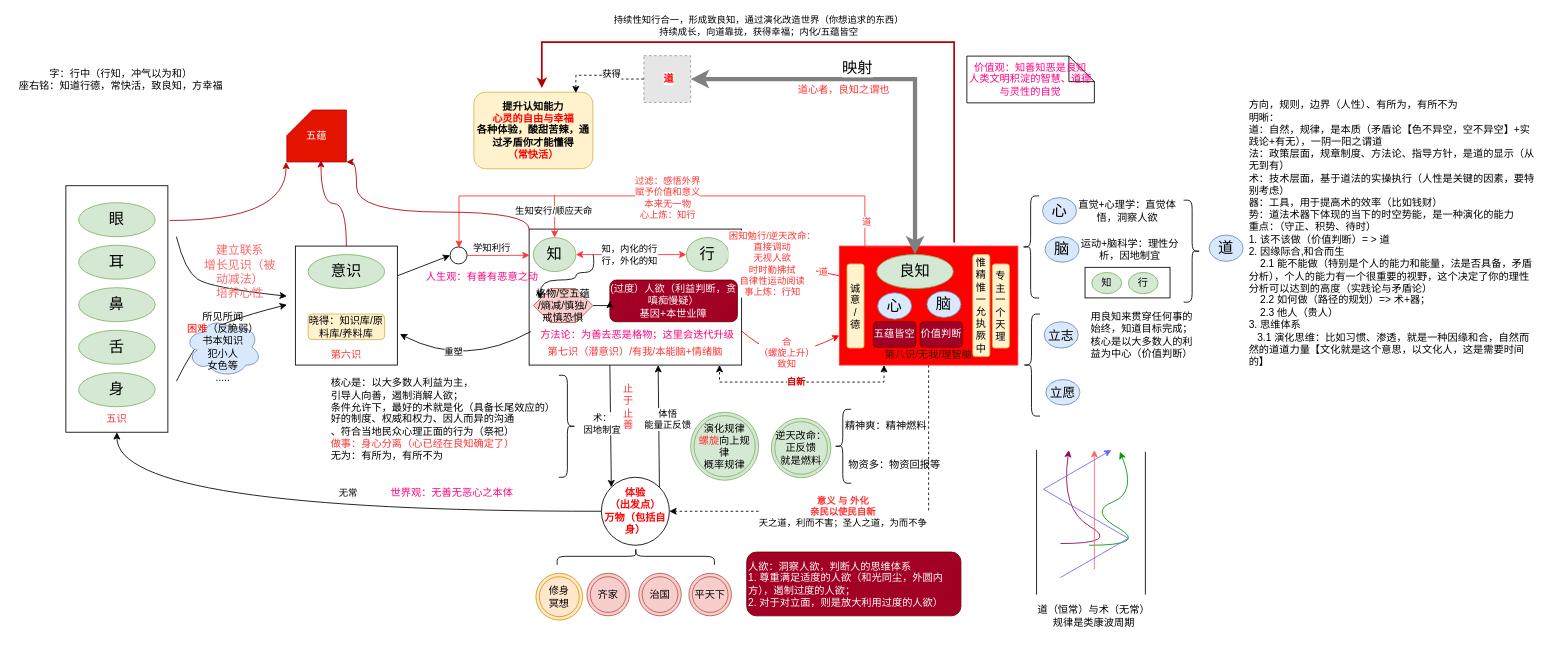
Earlier version of the draw.io diagram page "良知" (1 of 2) of xinxue.drawio (kason-huang/DrawIO). Source tidied: cells renumbered, new cells numbered last; positions are measured from the earlier drawing's top-left corner, leaving out a move shared by most shapes. Both pictures are drawn from the tidied source at 85%, with x=0, y=0 at pixel (14, 42). Pictures stored in the file or linked from it are replaced by grey dashed boxes.
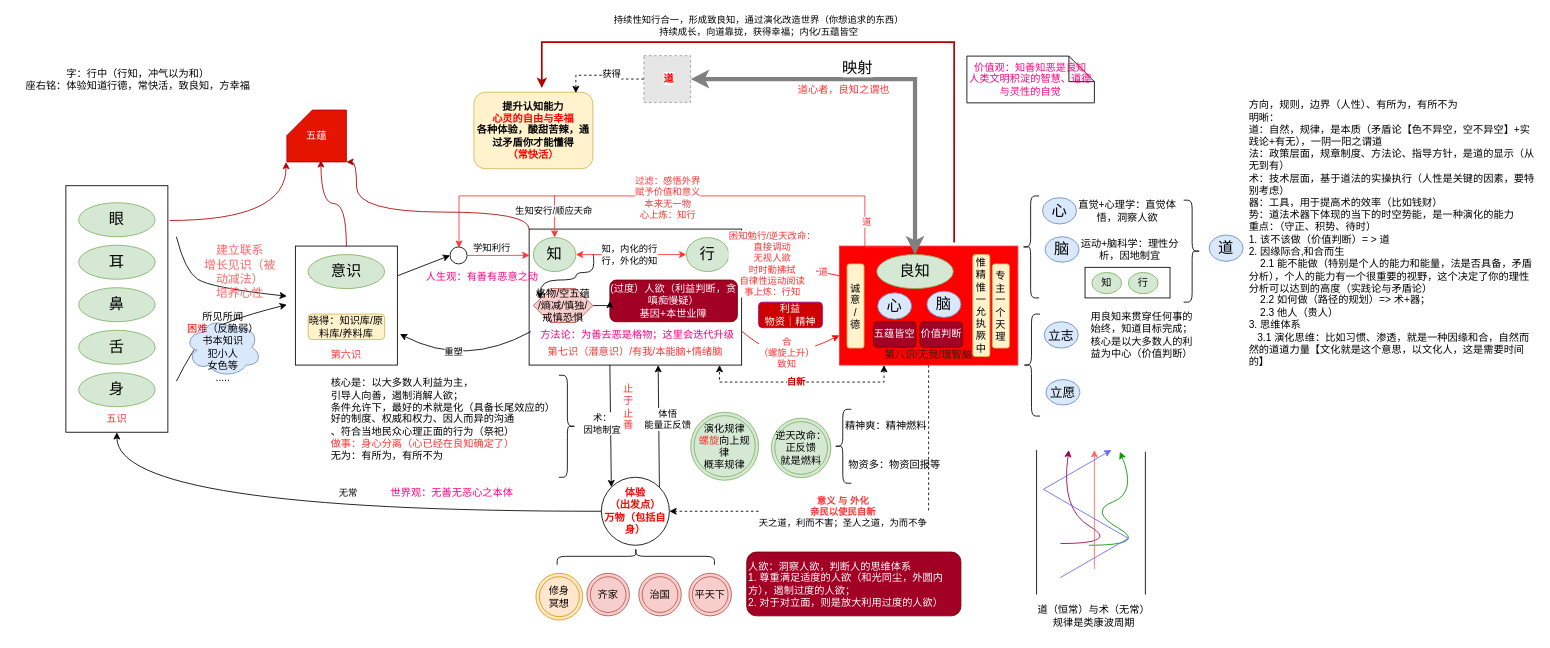
The same diagram, later.

The edit, as a diff of the source:
```diff
@@
-    <mxCell id="105" value="字：行中（行知，冲气以为和）&lt;div&gt;座右铭：&lt;span style=&quot;background-color: initial;&quot;&gt;知道行德，常快活，致良知，方幸福&lt;/span&gt;&lt;/div&gt;&lt;span class=&quot;lark-record-clipboard&quot; data-lark-record-data=&quot;{&amp;quot;rootId&amp;quot;:&amp;quot;UpcIddwsAorptrxAgHicc0wKnCb&amp;quot;,&amp;quot;text&amp;quot;:{&amp;quot;initialAttributedTexts&amp;quot;:{&amp;quot;text&amp;quot;:{&amp;quot;0&amp;quot;:&amp;quot;知道行德，常快活，致良知，方幸福&amp;quot;},&amp;quot;attribs&amp;quot;:{&amp;quot;0&amp;quot;:&amp;quot;*0+g&amp;quot;}},&amp;quot;apool&amp;quot;:{&amp;quot;numToAttrib&amp;quot;:{&amp;quot;0&amp;quot;:[&amp;quot;author&amp;quot;,&amp;quot;7268284827844050947&amp;quot;]},&amp;quot;nextNum&amp;quot;:1}},&amp;quot;type&amp;quot;:&amp;quot;text&amp;quot;,&amp;quot;referenceRecordMap&amp;quot;:{},&amp;quot;extra&amp;quot;:{&amp;quot;channel&amp;quot;:&amp;quot;saas&amp;quot;,&amp;quot;mention_page_title&amp;quot;:{},&amp;quot;external_mention_url&amp;quot;:{}},&amp;quot;isKeepQuoteContainer&amp;quot;:false,&amp;quot;isFromCode&amp;quot;:false,&amp;quot;selection&amp;quot;:[{&amp;quot;id&amp;quot;:6,&amp;quot;type&amp;quot;:&amp;quot;text&amp;quot;,&amp;quot;selection&amp;quot;:{&amp;quot;start&amp;quot;:5,&amp;quot;end&amp;quot;:21},&amp;quot;recordId&amp;quot;:&amp;quot;doxcn4v1E7FIwVHDkKUdbIU8xlf&amp;quot;}],&amp;quot;payloadMap&amp;quot;:{},&amp;quot;isCut&amp;quot;:false}&quot;&gt;&lt;/span&gt;" style="text;html=1;align=center;verticalAlign=middle;whiteSpace=wrap;rounded=0;" parent="1" vertex="1">
-      <mxGeometry y="29" width="250" height="30" as="geometry" />
+    <mxCell id="105" value="字：行中（行知，冲气以为和）&lt;div&gt;座右铭：体验&lt;span style=&quot;background-color: initial;&quot;&gt;知道行德，常快活，致良知，方幸福&lt;/span&gt;&lt;/div&gt;&lt;span class=&quot;lark-record-clipboard&quot; data-lark-record-data=&quot;{&amp;quot;rootId&amp;quot;:&amp;quot;UpcIddwsAorptrxAgHicc0wKnCb&amp;quot;,&amp;quot;text&amp;quot;:{&amp;quot;initialAttributedTexts&amp;quot;:{&amp;quot;text&amp;quot;:{&amp;quot;0&amp;quot;:&amp;quot;知道行德，常快活，致良知，方幸福&amp;quot;},&amp;quot;attribs&amp;quot;:{&amp;quot;0&amp;quot;:&amp;quot;*0+g&amp;quot;}},&amp;quot;apool&amp;quot;:{&amp;quot;numToAttrib&amp;quot;:{&amp;quot;0&amp;quot;:[&amp;quot;author&amp;quot;,&amp;quot;7268284827844050947&amp;quot;]},&amp;quot;nextNum&amp;quot;:1}},&amp;quot;type&amp;quot;:&amp;quot;text&amp;quot;,&amp;quot;referenceRecordMap&amp;quot;:{},&amp;quot;extra&amp;quot;:{&amp;quot;channel&amp;quot;:&amp;quot;saas&amp;quot;,&amp;quot;mention_page_title&amp;quot;:{},&amp;quot;external_mention_url&amp;quot;:{}},&amp;quot;isKeepQuoteContainer&amp;quot;:false,&amp;quot;isFromCode&amp;quot;:false,&amp;quot;selection&amp;quot;:[{&amp;quot;id&amp;quot;:6,&amp;quot;type&amp;quot;:&amp;quot;text&amp;quot;,&amp;quot;selection&amp;quot;:{&amp;quot;start&amp;quot;:5,&amp;quot;end&amp;quot;:21},&amp;quot;recordId&amp;quot;:&amp;quot;doxcn4v1E7FIwVHDkKUdbIU8xlf&amp;quot;}],&amp;quot;payloadMap&amp;quot;:{},&amp;quot;isCut&amp;quot;:false}&quot;&gt;&lt;/span&gt;" style="text;html=1;align=center;verticalAlign=middle;whiteSpace=wrap;rounded=0;" parent="1" vertex="1">
+      <mxGeometry y="29" width="290" height="30" as="geometry" />
     </mxCell>
@@
+    <mxCell id="118" value="&lt;font color=&quot;#ffffff&quot;&gt;利益&lt;/font&gt;&lt;div&gt;&lt;font color=&quot;#ffffff&quot;&gt;物资｜精神&lt;/font&gt;&lt;/div&gt;" style="rounded=1;whiteSpace=wrap;html=1;fillColor=#CC0000;strokeColor=#990099;" parent="1" vertex="1">
+      <mxGeometry x="875" y="306" width="75" height="30" as="geometry" />
+    </mxCell>
```
